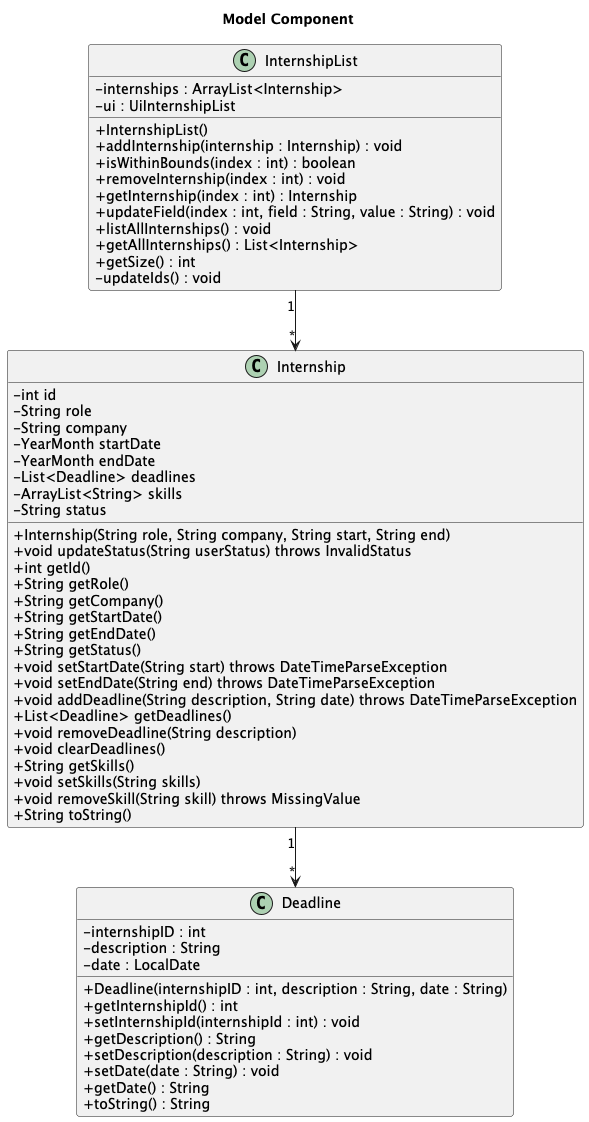
nus-cs2113-AY2425S1/tp keeps this PlantUML diagram as docs/UML/Internship-Model_Component.png. Above is the earlier version.
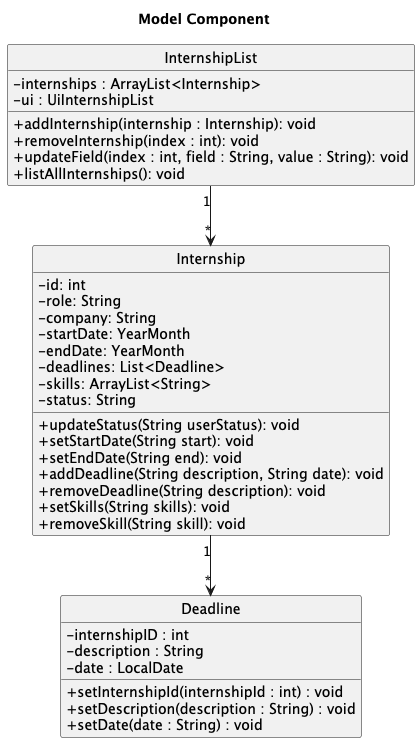
After the change.

Diff of the diagram source:
```diff
@@ -2,34 +2,24 @@
 
 Title Model Component
 skinparam classAttributeIconSize 0
+hide circle
 class Internship {
-    - int id
-    - String role
-    - String company
-    - YearMonth startDate
-    - YearMonth endDate
-    - List<Deadline> deadlines
-    - ArrayList<String> skills
-    - String status
+    - id: int
+    - role: String
+    - company: String
+    - startDate: YearMonth
+    - endDate: YearMonth
+    - deadlines: List<Deadline>
+    - skills: ArrayList<String>
+    - status: String
 
-    + Internship(String role, String company, String start, String end)
-    + void updateStatus(String userStatus) throws InvalidStatus
-    + int getId()
-    + String getRole()
-    + String getCompany()
-    + String getStartDate()
-    + String getEndDate()
-    + String getStatus()
-    + void setStartDate(String start) throws DateTimeParseException
-    + void setEndDate(String end) throws DateTimeParseException
-    + void addDeadline(String description, String date) throws DateTimeParseException
-    + List<Deadline> getDeadlines()
-    + void removeDeadline(String description)
-    + void clearDeadlines()
-    + String getSkills()
-    + void setSkills(String skills)
-    + void removeSkill(String skill) throws MissingValue
-    + String toString()
+    + updateStatus(String userStatus): void
+    + setStartDate(String start): void
+    + setEndDate(String end): void
+    + addDeadline(String description, String date): void
+    + removeDeadline(String description): void
+    + setSkills(String skills): void
+    + removeSkill(String skill): void
 }
 
 
@@ -38,16 +28,10 @@
         - internships : ArrayList<Internship>
         - ui : UiInternshipList
 
-        + InternshipList()
-        + addInternship(internship : Internship) : void
-        + isWithinBounds(index : int) : boolean
-        + removeInternship(index : int) : void
-        + getInternship(index : int) : Internship
-        + updateField(index : int, field : String, value : String) : void
-        + listAllInternships() : void
-        + getAllInternships() : List<Internship>
-        + getSize() : int
-        - updateIds() : void
+        + addInternship(internship : Internship): void
+        + removeInternship(index : int): void
+        + updateField(index : int, field : String, value : String): void
+        + listAllInternships(): void
     }
 
 class Deadline {
@@ -55,14 +39,9 @@
         - description : String
         - date : LocalDate
 
-        + Deadline(internshipID : int, description : String, date : String)
-        + getInternshipId() : int
         + setInternshipId(internshipId : int) : void
-        + getDescription() : String
         + setDescription(description : String) : void
         + setDate(date : String) : void
-        + getDate() : String
-        + toString() : String
     }
 
 InternshipList "1" --> "*" Internship
```
